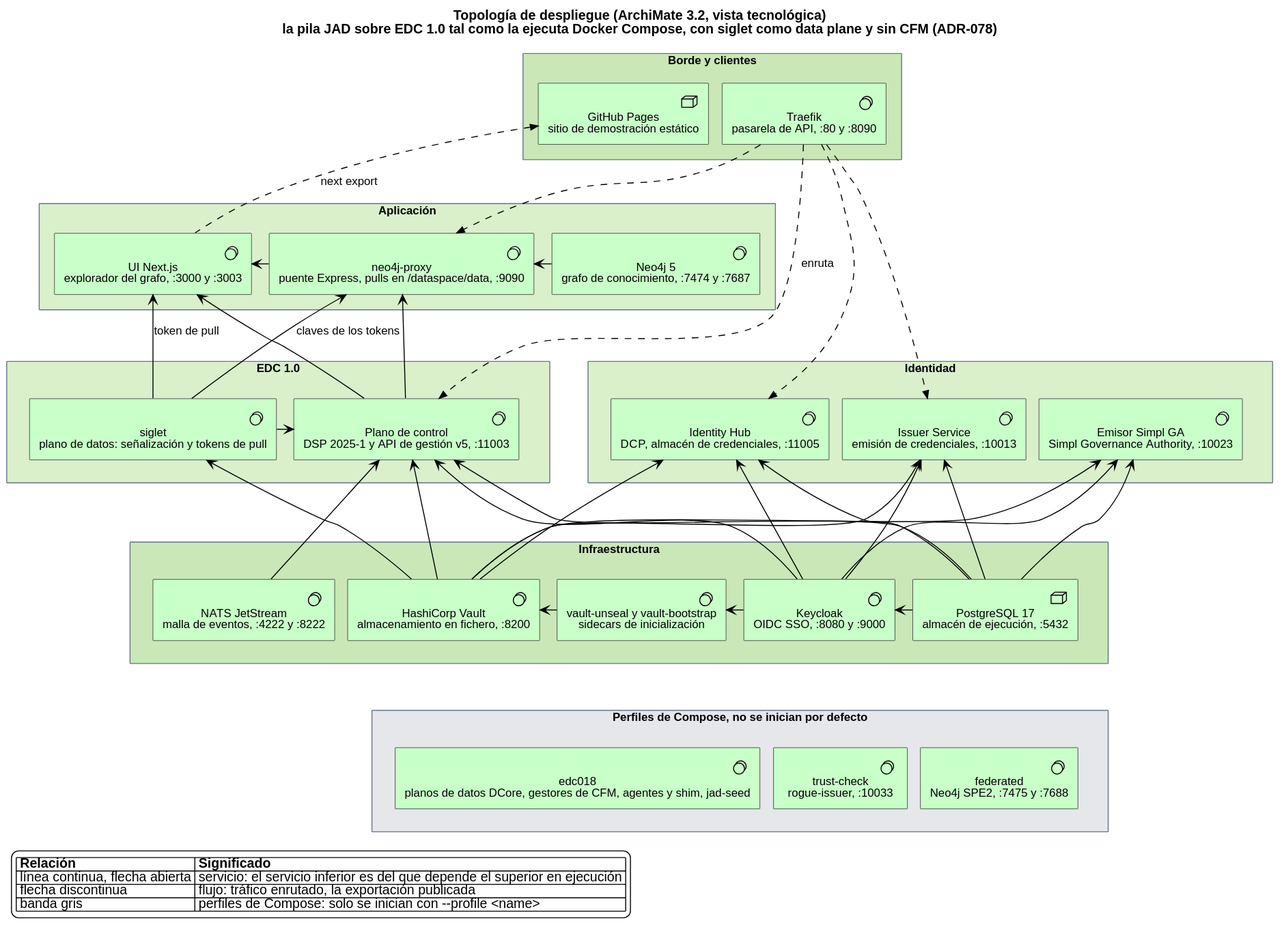
ma3u/MinimumViableHealthDataspacev2 keeps this PlantUML diagram as docs/architecture/img/deployment.es.svg. Above is the earlier version.
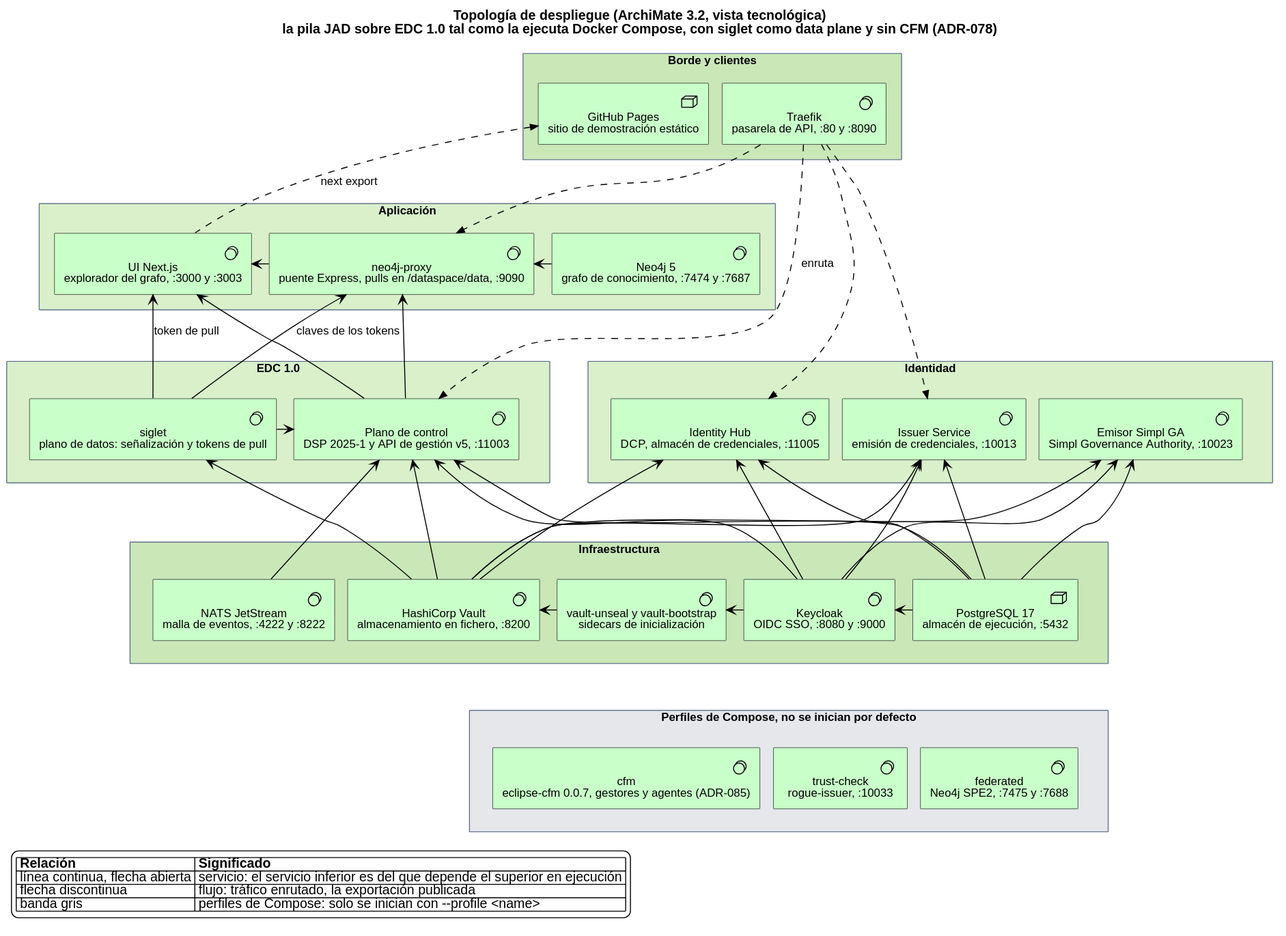
After the change.

What changed in the source:
```diff
@@ -36,7 +36,7 @@
   Technology_SystemSoftware(nats, "NATS JetStream\nmalla de eventos, :4222 y :8222")
 }
 rectangle "Perfiles de Compose, no se inician por defecto" as PROF #E5E7EB {
-  Technology_SystemSoftware(e018, "edc018\nplanos de datos DCore, gestores de CFM, agentes y shim, jad-seed")
+  Technology_SystemSoftware(cfm, "cfm\neclipse-cfm 0.0.7, gestores y agentes (ADR-085)")
   Technology_SystemSoftware(trust, "trust-check\nrogue-issuer, :10033")
   Technology_SystemSoftware(fed, "federated\nNeo4j SPE2, :7475 y :7688")
 }
@@ -87,7 +87,7 @@
 kc -[hidden]right- pg
 EDC -[hidden]right- IDM
 INFRA -[hidden]down- PROF
-e018 -[hidden]right- trust
+cfm -[hidden]right- trust
 trust -[hidden]right- fed
 
 legend bottom left
```
